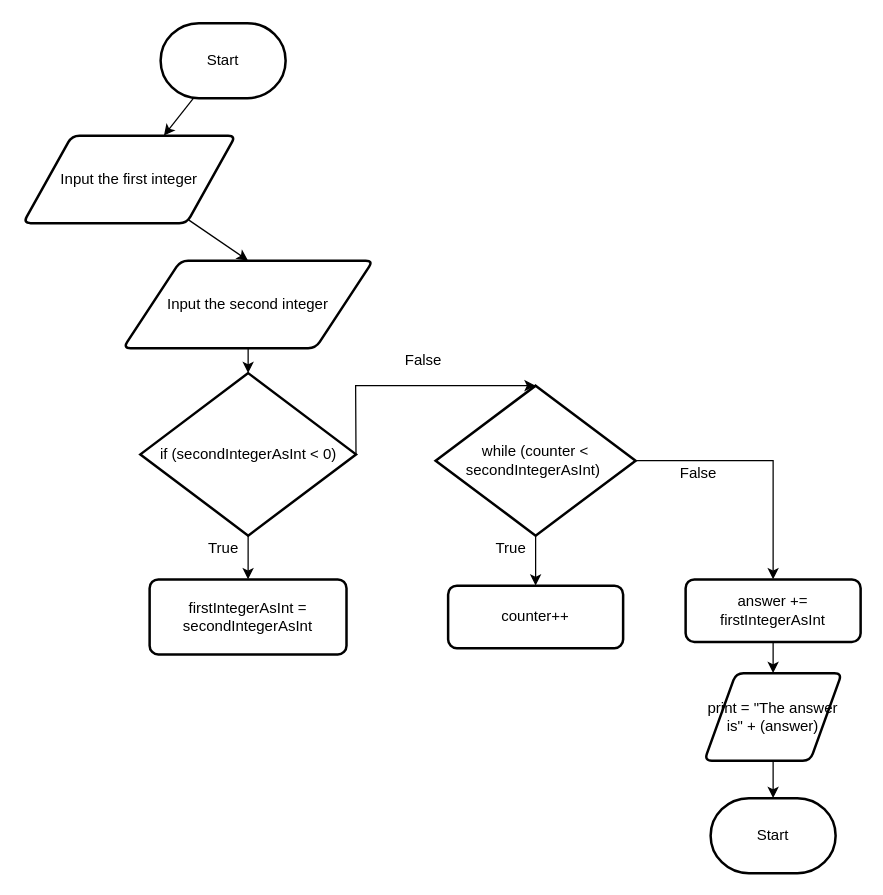
Before: design/flow-chart.drawio in Kenny-Le-281/ICS2O-Unit5-06-HTML, a draw.io diagram. Source tidied: cells renumbered, new cells numbered last; positions are measured from the earlier drawing's top-left corner, leaving out a move shared by most shapes. Both pictures are drawn from the tidied source at 125%, with x=0, y=0 at pixel (22, 22).
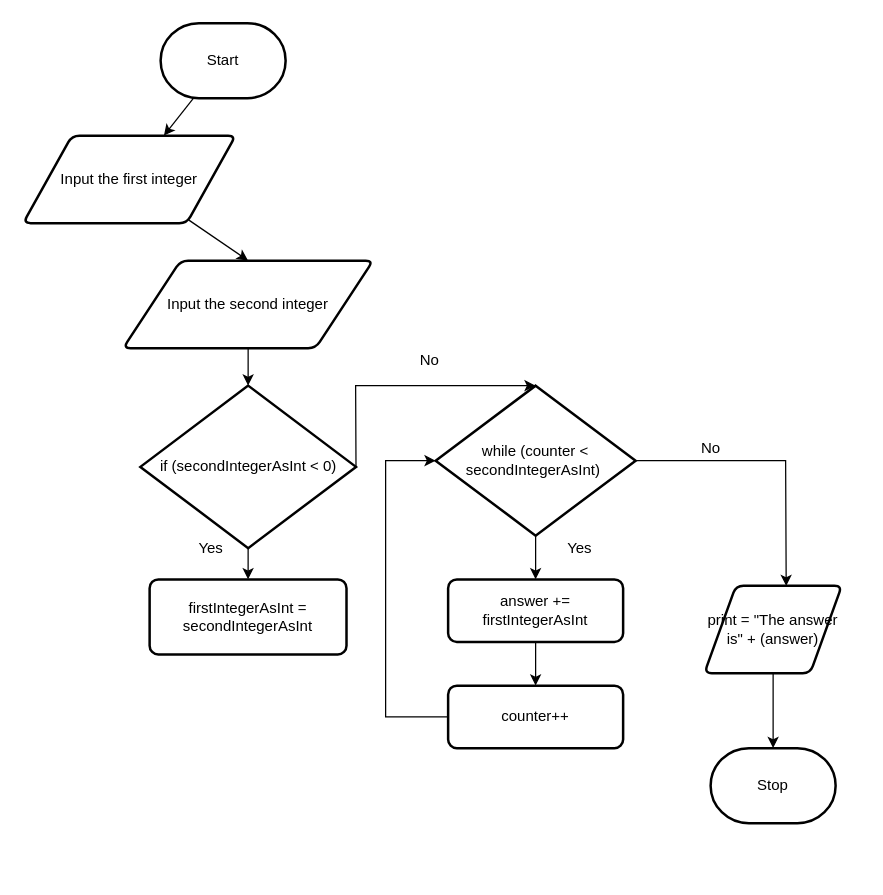
After the change.

The change refers to these unchanged cells:
```xml
<mxCell id="10" value="&lt;div&gt;while (counter &amp;lt; secondIntegerAsInt)&amp;nbsp;&lt;/div&gt;" style="strokeWidth=2;html=1;shape=mxgraph.flowchart.decision;whiteSpace=wrap;" parent="1" vertex="1">
  <mxGeometry x="330" y="290" width="160" height="120" as="geometry" />
</mxCell>
```

Change to the diagram source:
```diff
@@
-    <mxCell id="8" style="edgeStyle=none;html=1;" parent="1" edge="1" source="10" target="11">
-      <mxGeometry relative="1" as="geometry" />
-    </mxCell>
-    <mxCell id="9" style="edgeStyle=none;html=1;entryX=0.5;entryY=0;entryDx=0;entryDy=0;exitX=1;exitY=0.5;exitDx=0;exitDy=0;exitPerimeter=0;rounded=0;" parent="1" edge="1" source="10" target="13">
-      <mxGeometry relative="1" as="geometry">
-        <Array as="points">
-          <mxPoint x="600" y="350" />
-        </Array>
-      </mxGeometry>
+    <mxCell id="9" style="edgeStyle=none;html=1;entryX=0.5;entryY=0;entryDx=0;entryDy=0;" parent="1" edge="1" source="10" target="13">
+      <mxGeometry relative="1" as="geometry" />
     </mxCell>
+    <mxCell id="25" style="edgeStyle=none;rounded=0;html=1;entryX=0.595;entryY=0.004;entryDx=0;entryDy=0;entryPerimeter=0;" parent="1" edge="1" source="10" target="17">
+      <mxGeometry relative="1" as="geometry">
+        <Array as="points">
+          <mxPoint x="610" y="350" />
+        </Array>
+      </mxGeometry>
+    </mxCell>
@@
-    <mxCell id="11" value="counter++" style="rounded=1;whiteSpace=wrap;html=1;absoluteArcSize=1;arcSize=14;strokeWidth=2;" parent="1" vertex="1">
-      <mxGeometry x="340" y="450" width="140" height="50" as="geometry" />
-    </mxCell>
-    <mxCell id="12" style="edgeStyle=none;rounded=0;html=1;entryX=0.5;entryY=0;entryDx=0;entryDy=0;" parent="1" edge="1" source="13" target="17">
-      <mxGeometry relative="1" as="geometry" />
-    </mxCell>
-    <mxCell id="13" value="answer += firstIntegerAsInt" style="rounded=1;whiteSpace=wrap;html=1;absoluteArcSize=1;arcSize=14;strokeWidth=2;" parent="1" vertex="1">
-      <mxGeometry x="530" y="445" width="140" height="50" as="geometry" />
-    </mxCell>
-    <mxCell id="14" value="True" style="text;html=1;align=center;verticalAlign=middle;fillColor=none;strokeColor=none;rounded=0;" parent="1" vertex="1">
-      <mxGeometry x="370" y="410" width="40" height="20" as="geometry" />
-    </mxCell>
-    <mxCell id="15" value="False" style="text;html=1;align=center;verticalAlign=middle;fillColor=none;strokeColor=none;rounded=0;" parent="1" vertex="1">
-      <mxGeometry x="515" y="350" width="50" height="20" as="geometry" />
-    </mxCell>
@@
     <mxCell id="17" value="print = &quot;The answer is&quot; + (answer)" style="shape=parallelogram;html=1;strokeWidth=2;perimeter=parallelogramPerimeter;whiteSpace=wrap;rounded=1;arcSize=12;size=0.23;" parent="1" vertex="1">
-      <mxGeometry x="545" y="520" width="110" height="70" as="geometry" />
+      <mxGeometry x="545" y="450" width="110" height="70" as="geometry" />
     </mxCell>
@@
     <mxCell id="20" value="if (secondIntegerAsInt &amp;lt; 0)" style="strokeWidth=2;html=1;shape=mxgraph.flowchart.decision;whiteSpace=wrap;" parent="1" vertex="1">
-      <mxGeometry x="93.8" y="280" width="172.5" height="130" as="geometry" />
+      <mxGeometry x="93.8" y="290" width="172.5" height="130" as="geometry" />
     </mxCell>
@@
-    <mxCell id="22" value="True" style="text;html=1;align=center;verticalAlign=middle;fillColor=none;strokeColor=none;rounded=0;" parent="1" vertex="1">
-      <mxGeometry x="140" y="410" width="40" height="20" as="geometry" />
-    </mxCell>
-    <mxCell id="23" value="False" style="text;html=1;align=center;verticalAlign=middle;fillColor=none;strokeColor=none;rounded=0;" parent="1" vertex="1">
-      <mxGeometry x="295" y="260" width="50" height="20" as="geometry" />
-    </mxCell>
-    <mxCell id="24" value="Start" style="strokeWidth=2;html=1;shape=mxgraph.flowchart.terminator;whiteSpace=wrap;" parent="1" vertex="1">
-      <mxGeometry x="550" y="620" width="100" height="60" as="geometry" />
+    <mxCell id="24" value="Stop" style="strokeWidth=2;html=1;shape=mxgraph.flowchart.terminator;whiteSpace=wrap;" parent="1" vertex="1">
+      <mxGeometry x="550" y="580" width="100" height="60" as="geometry" />
     </mxCell>
+    <mxCell id="26" style="edgeStyle=none;html=1;rounded=0;entryX=0;entryY=0.5;entryDx=0;entryDy=0;entryPerimeter=0;" parent="1" edge="1" source="11" target="10">
+      <mxGeometry relative="1" as="geometry">
+        <Array as="points">
+          <mxPoint x="290" y="555" />
+          <mxPoint x="290" y="350" />
+        </Array>
+      </mxGeometry>
+    </mxCell>
+    <mxCell id="11" value="counter++" style="rounded=1;whiteSpace=wrap;html=1;absoluteArcSize=1;arcSize=14;strokeWidth=2;" parent="1" vertex="1">
+      <mxGeometry x="340" y="530" width="140" height="50" as="geometry" />
+    </mxCell>
+    <mxCell id="27" style="edgeStyle=none;html=1;entryX=0.5;entryY=0;entryDx=0;entryDy=0;" parent="1" edge="1" source="13" target="11">
+      <mxGeometry relative="1" as="geometry" />
+    </mxCell>
+    <mxCell id="13" value="answer += firstIntegerAsInt" style="rounded=1;whiteSpace=wrap;html=1;absoluteArcSize=1;arcSize=14;strokeWidth=2;" parent="1" vertex="1">
+      <mxGeometry x="340" y="445" width="140" height="50" as="geometry" />
+    </mxCell>
+    <mxCell id="28" value="No" style="text;html=1;align=center;verticalAlign=middle;fillColor=none;strokeColor=none;rounded=0;" parent="1" vertex="1">
+      <mxGeometry x="535" y="330" width="30" height="20" as="geometry" />
+    </mxCell>
+    <mxCell id="29" value="Yes" style="text;html=1;align=center;verticalAlign=middle;fillColor=none;strokeColor=none;rounded=0;" parent="1" vertex="1">
+      <mxGeometry x="425" y="410" width="40" height="20" as="geometry" />
+    </mxCell>
+    <mxCell id="30" value="Yes" style="text;html=1;align=center;verticalAlign=middle;fillColor=none;strokeColor=none;rounded=0;" parent="1" vertex="1">
+      <mxGeometry x="130" y="410" width="40" height="20" as="geometry" />
+    </mxCell>
+    <mxCell id="31" value="No" style="text;html=1;align=center;verticalAlign=middle;fillColor=none;strokeColor=none;rounded=0;" parent="1" vertex="1">
+      <mxGeometry x="310" y="260" width="30" height="20" as="geometry" />
+    </mxCell>
```
